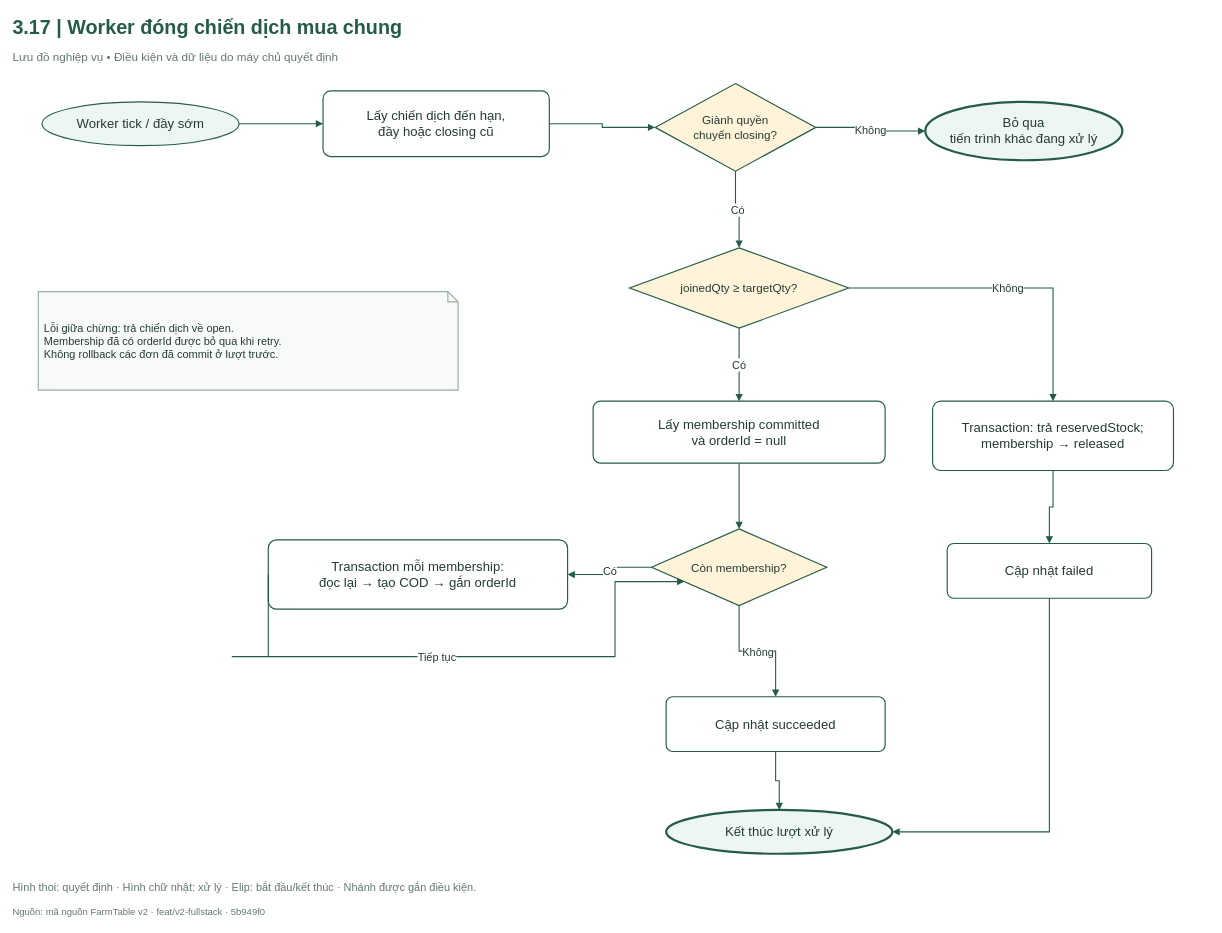
The draw.io diagram FarmTable_Chuong3/So_do_BA/drawio/Hinh_3_17.drawio in hathu1272006-eng/PTWnangcao, before the edit. Source tidied: cells renumbered, new cells numbered last; positions are measured from the earlier drawing's top-left corner, leaving out a move shared by most shapes. Both pictures are drawn from the tidied source at 73%, with x=0, y=0 at pixel (12, 12).
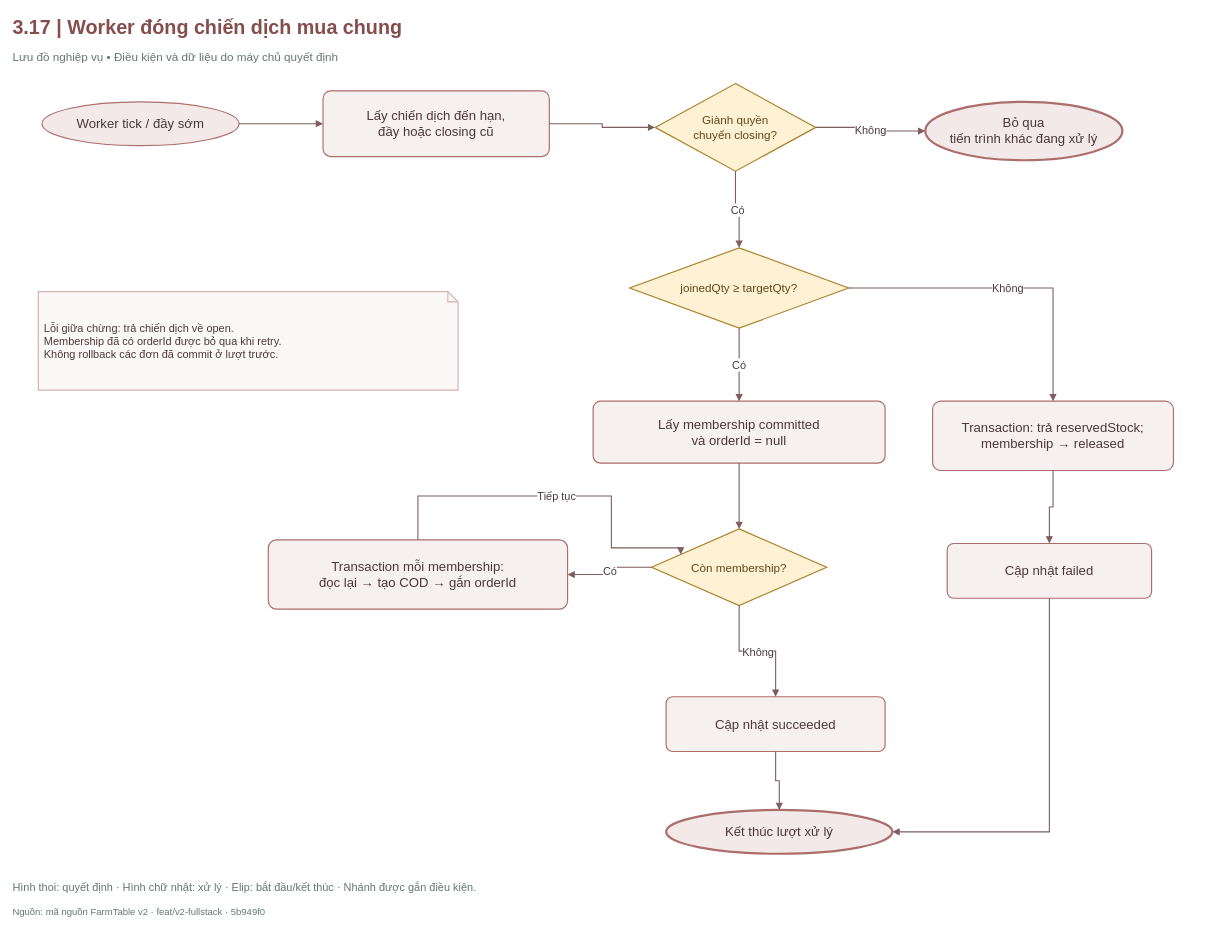
After the change.

What changed in the source:
```diff
@@
-    <mxCell id="2" value="3.17  |  Worker đóng chiến dịch mua chung" style="html=1;whiteSpace=wrap;fontFamily=Arial;fontSize=18;fontColor=#243B32;strokeColor=#245C47;strokeWidth=1.6;fillColor=#FFFFFF;spacing=8;text;strokeColor=none;fillColor=none;align=left;verticalAlign=middle;fontSize=27;fontStyle=1;fontColor=#245C47;spacing=0;" parent="1" vertex="1">
+    <mxCell id="2" value="3.17  |  Worker đóng chiến dịch mua chung" style="html=1;whiteSpace=wrap;fontFamily=Arial;fontSize=18;strokeColor=#245C47;strokeWidth=1.6;fillColor=#FFFFFF;spacing=8;text;strokeColor=none;fillColor=none;align=left;verticalAlign=middle;fontSize=27;fontStyle=1;spacing=0;fontColor=#854D4C;" parent="1" vertex="1">
       <mxGeometry width="1640" height="40" as="geometry" />
     </mxCell>
@@
-    <mxCell id="4" value="Worker tick / đầy sớm" style="html=1;whiteSpace=wrap;fontFamily=Arial;fontSize=18;fontColor=#243B32;strokeColor=#245C47;strokeWidth=1.6;fillColor=#FFFFFF;spacing=8;ellipse;fillColor=#EEF6F1;" parent="1" vertex="1">
+    <mxCell id="4" value="Worker tick / đầy sớm" style="html=1;whiteSpace=wrap;fontFamily=Arial;fontSize=18;strokeWidth=1.6;spacing=8;ellipse;fillColor=#F3E9E9;strokeColor=#AC6E6A;fontColor=#4B373C;" parent="1" vertex="1">
       <mxGeometry x="40" y="122" width="270" height="60" as="geometry" />
     </mxCell>
-    <mxCell id="5" value="Lấy chiến dịch đến hạn,&lt;br/&gt;đầy hoặc closing cũ" style="html=1;whiteSpace=wrap;fontFamily=Arial;fontSize=18;fontColor=#243B32;strokeColor=#245C47;strokeWidth=1.6;fillColor=#FFFFFF;spacing=8;rounded=1;arcSize=12;" parent="1" vertex="1">
+    <mxCell id="5" value="Lấy chiến dịch đến hạn,&lt;br/&gt;đầy hoặc closing cũ" style="html=1;whiteSpace=wrap;fontFamily=Arial;fontSize=18;strokeWidth=1.6;spacing=8;rounded=1;arcSize=12;fillColor=#F6F0EF;strokeColor=#AC6E6A;fontColor=#4B373C;" parent="1" vertex="1">
       <mxGeometry x="425" y="107" width="310" height="90" as="geometry" />
     </mxCell>
-    <mxCell id="6" value="Giành quyền&lt;br/&gt;chuyển closing?" style="html=1;whiteSpace=wrap;fontFamily=Arial;fontSize=18;fontColor=#243B32;strokeColor=#245C47;strokeWidth=1.6;fillColor=#FFFFFF;spacing=8;rhombus;fillColor=#FFF4DA;fontSize=16;spacing=3;" parent="1" vertex="1">
+    <mxCell id="6" value="Giành quyền&lt;br/&gt;chuyển closing?" style="html=1;whiteSpace=wrap;fontFamily=Arial;fontSize=18;strokeWidth=1.6;spacing=8;rhombus;fontSize=16;spacing=3;fillColor=#FFF1D4;strokeColor=#AD812A;fontColor=#5F481B;" parent="1" vertex="1">
       <mxGeometry x="880" y="97" width="220" height="120" as="geometry" />
     </mxCell>
-    <mxCell id="7" value="Bỏ qua&lt;br/&gt;tiến trình khác đang xử lý" style="html=1;whiteSpace=wrap;fontFamily=Arial;fontSize=18;fontColor=#243B32;strokeColor=#245C47;strokeWidth=1.6;fillColor=#FFFFFF;spacing=8;ellipse;strokeWidth=3;fillColor=#EEF6F1;" parent="1" vertex="1">
+    <mxCell id="7" value="Bỏ qua&lt;br/&gt;tiến trình khác đang xử lý" style="html=1;whiteSpace=wrap;fontFamily=Arial;fontSize=18;strokeWidth=1.6;spacing=8;ellipse;strokeWidth=3;fillColor=#F3E9E9;strokeColor=#AC6E6A;fontColor=#4B373C;" parent="1" vertex="1">
       <mxGeometry x="1250" y="122" width="270" height="80" as="geometry" />
     </mxCell>
-    <mxCell id="8" value="joinedQty ≥ targetQty?" style="html=1;whiteSpace=wrap;fontFamily=Arial;fontSize=18;fontColor=#243B32;strokeColor=#245C47;strokeWidth=1.6;fillColor=#FFFFFF;spacing=8;rhombus;fillColor=#FFF4DA;fontSize=16;spacing=3;" parent="1" vertex="1">
+    <mxCell id="8" value="joinedQty ≥ targetQty?" style="html=1;whiteSpace=wrap;fontFamily=Arial;fontSize=18;strokeWidth=1.6;spacing=8;rhombus;fontSize=16;spacing=3;fillColor=#FFF1D4;strokeColor=#AD812A;fontColor=#5F481B;" parent="1" vertex="1">
       <mxGeometry x="845" y="322" width="300" height="110" as="geometry" />
     </mxCell>
-    <mxCell id="9" value="Lấy membership committed&lt;br/&gt;và orderId = null" style="html=1;whiteSpace=wrap;fontFamily=Arial;fontSize=18;fontColor=#243B32;strokeColor=#245C47;strokeWidth=1.6;fillColor=#FFFFFF;spacing=8;rounded=1;arcSize=12;" parent="1" vertex="1">
+    <mxCell id="9" value="Lấy membership committed&lt;br/&gt;và orderId = null" style="html=1;whiteSpace=wrap;fontFamily=Arial;fontSize=18;strokeWidth=1.6;spacing=8;rounded=1;arcSize=12;fillColor=#F6F0EF;strokeColor=#AC6E6A;fontColor=#4B373C;" parent="1" vertex="1">
       <mxGeometry x="795" y="532" width="400" height="85" as="geometry" />
     </mxCell>
-    <mxCell id="10" value="Còn membership?" style="html=1;whiteSpace=wrap;fontFamily=Arial;fontSize=18;fontColor=#243B32;strokeColor=#245C47;strokeWidth=1.6;fillColor=#FFFFFF;spacing=8;rhombus;fillColor=#FFF4DA;fontSize=16;spacing=3;" parent="1" vertex="1">
+    <mxCell id="10" value="Còn membership?" style="html=1;whiteSpace=wrap;fontFamily=Arial;fontSize=18;strokeWidth=1.6;spacing=8;rhombus;fontSize=16;spacing=3;fillColor=#FFF1D4;strokeColor=#AD812A;fontColor=#5F481B;" parent="1" vertex="1">
       <mxGeometry x="875" y="707" width="240" height="105" as="geometry" />
     </mxCell>
-    <mxCell id="11" value="Transaction mỗi membership:&lt;br/&gt;đọc lại → tạo COD → gắn orderId" style="html=1;whiteSpace=wrap;fontFamily=Arial;fontSize=18;fontColor=#243B32;strokeColor=#245C47;strokeWidth=1.6;fillColor=#FFFFFF;spacing=8;rounded=1;arcSize=12;" parent="1" vertex="1">
+    <mxCell id="11" value="Transaction mỗi membership:&lt;br/&gt;đọc lại → tạo COD → gắn orderId" style="html=1;whiteSpace=wrap;fontFamily=Arial;fontSize=18;strokeWidth=1.6;spacing=8;rounded=1;arcSize=12;fillColor=#F6F0EF;strokeColor=#AC6E6A;fontColor=#4B373C;" parent="1" vertex="1">
       <mxGeometry x="350" y="722" width="410" height="95" as="geometry" />
     </mxCell>
-    <mxCell id="12" value="Cập nhật succeeded" style="html=1;whiteSpace=wrap;fontFamily=Arial;fontSize=18;fontColor=#243B32;strokeColor=#245C47;strokeWidth=1.6;fillColor=#FFFFFF;spacing=8;rounded=1;arcSize=12;" parent="1" vertex="1">
+    <mxCell id="12" value="Cập nhật succeeded" style="html=1;whiteSpace=wrap;fontFamily=Arial;fontSize=18;strokeWidth=1.6;spacing=8;rounded=1;arcSize=12;fillColor=#F6F0EF;strokeColor=#AC6E6A;fontColor=#4B373C;" parent="1" vertex="1">
       <mxGeometry x="895" y="937" width="300" height="75" as="geometry" />
     </mxCell>
-    <mxCell id="13" value="Transaction: trả reservedStock;&lt;br/&gt;membership → released" style="html=1;whiteSpace=wrap;fontFamily=Arial;fontSize=18;fontColor=#243B32;strokeColor=#245C47;strokeWidth=1.6;fillColor=#FFFFFF;spacing=8;rounded=1;arcSize=12;" parent="1" vertex="1">
+    <mxCell id="13" value="Transaction: trả reservedStock;&lt;br/&gt;membership → released" style="html=1;whiteSpace=wrap;fontFamily=Arial;fontSize=18;strokeWidth=1.6;spacing=8;rounded=1;arcSize=12;fillColor=#F6F0EF;strokeColor=#AC6E6A;fontColor=#4B373C;" parent="1" vertex="1">
       <mxGeometry x="1260" y="532" width="330" height="95" as="geometry" />
     </mxCell>
-    <mxCell id="14" value="Cập nhật failed" style="html=1;whiteSpace=wrap;fontFamily=Arial;fontSize=18;fontColor=#243B32;strokeColor=#245C47;strokeWidth=1.6;fillColor=#FFFFFF;spacing=8;rounded=1;arcSize=12;" parent="1" vertex="1">
+    <mxCell id="14" value="Cập nhật failed" style="html=1;whiteSpace=wrap;fontFamily=Arial;fontSize=18;strokeWidth=1.6;spacing=8;rounded=1;arcSize=12;fillColor=#F6F0EF;strokeColor=#AC6E6A;fontColor=#4B373C;" parent="1" vertex="1">
       <mxGeometry x="1280" y="727" width="280" height="75" as="geometry" />
     </mxCell>
-    <mxCell id="15" value="Kết thúc lượt xử lý" style="html=1;whiteSpace=wrap;fontFamily=Arial;fontSize=18;fontColor=#243B32;strokeColor=#245C47;strokeWidth=1.6;fillColor=#FFFFFF;spacing=8;ellipse;strokeWidth=3;fillColor=#EEF6F1;" parent="1" vertex="1">
+    <mxCell id="15" value="Kết thúc lượt xử lý" style="html=1;whiteSpace=wrap;fontFamily=Arial;fontSize=18;strokeWidth=1.6;spacing=8;ellipse;strokeWidth=3;fillColor=#F3E9E9;strokeColor=#AC6E6A;fontColor=#4B373C;" parent="1" vertex="1">
       <mxGeometry x="895" y="1092" width="310" height="60" as="geometry" />
     </mxCell>
-    <mxCell id="16" style="edgeStyle=orthogonalEdgeStyle;rounded=0;jettySize=20;html=1;fontFamily=Arial;fontSize=15;fontColor=#243B32;labelBackgroundColor=#FFFFFF;strokeColor=#245C47;strokeWidth=1.5;endArrow=block;endFill=1;exitX=1;exitY=0.5;entryX=0;entryY=0.5;exitDx=0;exitDy=0;entryDx=0;entryDy=0;" parent="1" edge="1" source="4" target="5">
+    <mxCell id="16" style="edgeStyle=orthogonalEdgeStyle;rounded=0;jettySize=20;html=1;fontFamily=Arial;fontSize=15;labelBackgroundColor=#FFFFFF;strokeWidth=1.5;endArrow=block;endFill=1;exitX=1;exitY=0.5;entryX=0;entryY=0.5;exitDx=0;exitDy=0;entryDx=0;entryDy=0;strokeColor=#7D5D5E;fontColor=#4B373C;" parent="1" edge="1" source="4" target="5">
       <mxGeometry relative="1" as="geometry" />
     </mxCell>
-    <mxCell id="17" style="edgeStyle=orthogonalEdgeStyle;rounded=0;jettySize=20;html=1;fontFamily=Arial;fontSize=15;fontColor=#243B32;labelBackgroundColor=#FFFFFF;strokeColor=#245C47;strokeWidth=1.5;endArrow=block;endFill=1;exitX=1;exitY=0.5;entryX=0;entryY=0.5;exitDx=0;exitDy=0;entryDx=0;entryDy=0;" parent="1" edge="1" source="5" target="6">
+    <mxCell id="17" style="edgeStyle=orthogonalEdgeStyle;rounded=0;jettySize=20;html=1;fontFamily=Arial;fontSize=15;labelBackgroundColor=#FFFFFF;strokeWidth=1.5;endArrow=block;endFill=1;exitX=1;exitY=0.5;entryX=0;entryY=0.5;exitDx=0;exitDy=0;entryDx=0;entryDy=0;strokeColor=#7D5D5E;fontColor=#4B373C;" parent="1" edge="1" source="5" target="6">
       <mxGeometry relative="1" as="geometry" />
     </mxCell>
-    <mxCell id="18" value="Không" style="edgeStyle=orthogonalEdgeStyle;rounded=0;jettySize=20;html=1;fontFamily=Arial;fontSize=15;fontColor=#243B32;labelBackgroundColor=#FFFFFF;strokeColor=#245C47;strokeWidth=1.5;endArrow=block;endFill=1;exitX=1;exitY=0.5;entryX=0;entryY=0.5;exitDx=0;exitDy=0;entryDx=0;entryDy=0;" parent="1" edge="1" source="6" target="7">
+    <mxCell id="18" value="Không" style="edgeStyle=orthogonalEdgeStyle;rounded=0;jettySize=20;html=1;fontFamily=Arial;fontSize=15;labelBackgroundColor=#FFFFFF;strokeWidth=1.5;endArrow=block;endFill=1;exitX=1;exitY=0.5;entryX=0;entryY=0.5;exitDx=0;exitDy=0;entryDx=0;entryDy=0;strokeColor=#7D5D5E;fontColor=#4B373C;" parent="1" edge="1" source="6" target="7">
       <mxGeometry relative="1" as="geometry" />
     </mxCell>
-    <mxCell id="19" value="Có" style="edgeStyle=orthogonalEdgeStyle;rounded=0;jettySize=20;html=1;fontFamily=Arial;fontSize=15;fontColor=#243B32;labelBackgroundColor=#FFFFFF;strokeColor=#245C47;strokeWidth=1.5;endArrow=block;endFill=1;exitX=0.5;exitY=1;entryX=0.5;entryY=0;exitDx=0;exitDy=0;entryDx=0;entryDy=0;" parent="1" edge="1" source="6" target="8">
+    <mxCell id="19" value="Có" style="edgeStyle=orthogonalEdgeStyle;rounded=0;jettySize=20;html=1;fontFamily=Arial;fontSize=15;labelBackgroundColor=#FFFFFF;strokeWidth=1.5;endArrow=block;endFill=1;exitX=0.5;exitY=1;entryX=0.5;entryY=0;exitDx=0;exitDy=0;entryDx=0;entryDy=0;strokeColor=#7D5D5E;fontColor=#4B373C;" parent="1" edge="1" source="6" target="8">
       <mxGeometry relative="1" as="geometry" />
     </mxCell>
-    <mxCell id="20" value="Có" style="edgeStyle=orthogonalEdgeStyle;rounded=0;jettySize=20;html=1;fontFamily=Arial;fontSize=15;fontColor=#243B32;labelBackgroundColor=#FFFFFF;strokeColor=#245C47;strokeWidth=1.5;endArrow=block;endFill=1;exitX=0.5;exitY=1;entryX=0.5;entryY=0;exitDx=0;exitDy=0;entryDx=0;entryDy=0;" parent="1" edge="1" source="8" target="9">
+    <mxCell id="20" value="Có" style="edgeStyle=orthogonalEdgeStyle;rounded=0;jettySize=20;html=1;fontFamily=Arial;fontSize=15;labelBackgroundColor=#FFFFFF;strokeWidth=1.5;endArrow=block;endFill=1;exitX=0.5;exitY=1;entryX=0.5;entryY=0;exitDx=0;exitDy=0;entryDx=0;entryDy=0;strokeColor=#7D5D5E;fontColor=#4B373C;" parent="1" edge="1" source="8" target="9">
       <mxGeometry relative="1" as="geometry" />
     </mxCell>
-    <mxCell id="21" value="Không" style="edgeStyle=orthogonalEdgeStyle;rounded=0;jettySize=20;html=1;fontFamily=Arial;fontSize=15;fontColor=#243B32;labelBackgroundColor=#FFFFFF;strokeColor=#245C47;strokeWidth=1.5;endArrow=block;endFill=1;exitX=1;exitY=0.5;entryX=0.5;entryY=0;exitDx=0;exitDy=0;entryDx=0;entryDy=0;" parent="1" edge="1" source="8" target="13">
+    <mxCell id="21" value="Không" style="edgeStyle=orthogonalEdgeStyle;rounded=0;jettySize=20;html=1;fontFamily=Arial;fontSize=15;labelBackgroundColor=#FFFFFF;strokeWidth=1.5;endArrow=block;endFill=1;exitX=1;exitY=0.5;entryX=0.5;entryY=0;exitDx=0;exitDy=0;entryDx=0;entryDy=0;strokeColor=#7D5D5E;fontColor=#4B373C;" parent="1" edge="1" source="8" target="13">
       <mxGeometry relative="1" as="geometry" />
     </mxCell>
-    <mxCell id="22" style="edgeStyle=orthogonalEdgeStyle;rounded=0;jettySize=20;html=1;fontFamily=Arial;fontSize=15;fontColor=#243B32;labelBackgroundColor=#FFFFFF;strokeColor=#245C47;strokeWidth=1.5;endArrow=block;endFill=1;exitX=0.5;exitY=1;entryX=0.5;entryY=0;exitDx=0;exitDy=0;entryDx=0;entryDy=0;" parent="1" edge="1" source="9" target="10">
+    <mxCell id="22" style="edgeStyle=orthogonalEdgeStyle;rounded=0;jettySize=20;html=1;fontFamily=Arial;fontSize=15;labelBackgroundColor=#FFFFFF;strokeWidth=1.5;endArrow=block;endFill=1;exitX=0.5;exitY=1;entryX=0.5;entryY=0;exitDx=0;exitDy=0;entryDx=0;entryDy=0;strokeColor=#7D5D5E;fontColor=#4B373C;" parent="1" edge="1" source="9" target="10">
       <mxGeometry relative="1" as="geometry" />
     </mxCell>
-    <mxCell id="23" value="Có" style="edgeStyle=orthogonalEdgeStyle;rounded=0;jettySize=20;html=1;fontFamily=Arial;fontSize=15;fontColor=#243B32;labelBackgroundColor=#FFFFFF;strokeColor=#245C47;strokeWidth=1.5;endArrow=block;endFill=1;exitX=0;exitY=0.5;entryX=1;entryY=0.5;exitDx=0;exitDy=0;entryDx=0;entryDy=0;" parent="1" edge="1" source="10" target="11">
+    <mxCell id="23" value="Có" style="edgeStyle=orthogonalEdgeStyle;rounded=0;jettySize=20;html=1;fontFamily=Arial;fontSize=15;labelBackgroundColor=#FFFFFF;strokeWidth=1.5;endArrow=block;endFill=1;exitX=0;exitY=0.5;entryX=1;entryY=0.5;exitDx=0;exitDy=0;entryDx=0;entryDy=0;strokeColor=#7D5D5E;fontColor=#4B373C;" parent="1" edge="1" source="10" target="11">
       <mxGeometry relative="1" as="geometry" />
     </mxCell>
-    <mxCell id="24" value="Tiếp tục" style="edgeStyle=orthogonalEdgeStyle;rounded=0;jettySize=20;html=1;fontFamily=Arial;fontSize=15;fontColor=#243B32;labelBackgroundColor=#FFFFFF;strokeColor=#245C47;strokeWidth=1.5;endArrow=block;endFill=1;exitX=0;exitY=0.5;entryX=0;entryY=0.8;exitDx=0;exitDy=0;entryDx=0;entryDy=0;" parent="1" edge="1" source="11" target="10">
+    <mxCell id="24" value="Tiếp tục" style="edgeStyle=orthogonalEdgeStyle;rounded=0;jettySize=20;html=1;fontFamily=Arial;fontSize=15;labelBackgroundColor=#FFFFFF;strokeWidth=1.5;endArrow=block;endFill=1;exitX=0.5;exitY=0;entryX=0;entryY=0.25;exitDx=0;exitDy=0;entryDx=0;entryDy=0;strokeColor=#7D5D5E;fontColor=#4B373C;" parent="1" edge="1" source="11" target="10">
       <mxGeometry relative="1" as="geometry">
         <Array as="points">
-          <mxPoint x="300" y="882" />
-          <mxPoint x="825" y="882" />
-          <mxPoint x="825" y="791" />
+          <mxPoint x="555" y="662" />
+          <mxPoint x="820" y="662" />
+          <mxPoint x="820" y="733" />
         </Array>
       </mxGeometry>
     </mxCell>
-    <mxCell id="25" value="Không" style="edgeStyle=orthogonalEdgeStyle;rounded=0;jettySize=20;html=1;fontFamily=Arial;fontSize=15;fontColor=#243B32;labelBackgroundColor=#FFFFFF;strokeColor=#245C47;strokeWidth=1.5;endArrow=block;endFill=1;exitX=0.5;exitY=1;entryX=0.5;entryY=0;exitDx=0;exitDy=0;entryDx=0;entryDy=0;" parent="1" edge="1" source="10" target="12">
+    <mxCell id="25" value="Không" style="edgeStyle=orthogonalEdgeStyle;rounded=0;jettySize=20;html=1;fontFamily=Arial;fontSize=15;labelBackgroundColor=#FFFFFF;strokeWidth=1.5;endArrow=block;endFill=1;exitX=0.5;exitY=1;entryX=0.5;entryY=0;exitDx=0;exitDy=0;entryDx=0;entryDy=0;strokeColor=#7D5D5E;fontColor=#4B373C;" parent="1" edge="1" source="10" target="12">
       <mxGeometry relative="1" as="geometry" />
     </mxCell>
-    <mxCell id="26" style="edgeStyle=orthogonalEdgeStyle;rounded=0;jettySize=20;html=1;fontFamily=Arial;fontSize=15;fontColor=#243B32;labelBackgroundColor=#FFFFFF;strokeColor=#245C47;strokeWidth=1.5;endArrow=block;endFill=1;exitX=0.5;exitY=1;entryX=0.5;entryY=0;exitDx=0;exitDy=0;entryDx=0;entryDy=0;" parent="1" edge="1" source="13" target="14">
+    <mxCell id="26" style="edgeStyle=orthogonalEdgeStyle;rounded=0;jettySize=20;html=1;fontFamily=Arial;fontSize=15;labelBackgroundColor=#FFFFFF;strokeWidth=1.5;endArrow=block;endFill=1;exitX=0.5;exitY=1;entryX=0.5;entryY=0;exitDx=0;exitDy=0;entryDx=0;entryDy=0;strokeColor=#7D5D5E;fontColor=#4B373C;" parent="1" edge="1" source="13" target="14">
       <mxGeometry relative="1" as="geometry" />
     </mxCell>
-    <mxCell id="27" style="edgeStyle=orthogonalEdgeStyle;rounded=0;jettySize=20;html=1;fontFamily=Arial;fontSize=15;fontColor=#243B32;labelBackgroundColor=#FFFFFF;strokeColor=#245C47;strokeWidth=1.5;endArrow=block;endFill=1;exitX=0.5;exitY=1;entryX=0.5;entryY=0;exitDx=0;exitDy=0;entryDx=0;entryDy=0;" parent="1" edge="1" source="12" target="15">
+    <mxCell id="27" style="edgeStyle=orthogonalEdgeStyle;rounded=0;jettySize=20;html=1;fontFamily=Arial;fontSize=15;labelBackgroundColor=#FFFFFF;strokeWidth=1.5;endArrow=block;endFill=1;exitX=0.5;exitY=1;entryX=0.5;entryY=0;exitDx=0;exitDy=0;entryDx=0;entryDy=0;strokeColor=#7D5D5E;fontColor=#4B373C;" parent="1" edge="1" source="12" target="15">
       <mxGeometry relative="1" as="geometry" />
     </mxCell>
-    <mxCell id="28" style="edgeStyle=orthogonalEdgeStyle;rounded=0;jettySize=20;html=1;fontFamily=Arial;fontSize=15;fontColor=#243B32;labelBackgroundColor=#FFFFFF;strokeColor=#245C47;strokeWidth=1.5;endArrow=block;endFill=1;exitX=0.5;exitY=1;entryX=1;entryY=0.5;exitDx=0;exitDy=0;entryDx=0;entryDy=0;" parent="1" edge="1" source="14" target="15">
+    <mxCell id="28" style="edgeStyle=orthogonalEdgeStyle;rounded=0;jettySize=20;html=1;fontFamily=Arial;fontSize=15;labelBackgroundColor=#FFFFFF;strokeWidth=1.5;endArrow=block;endFill=1;exitX=0.5;exitY=1;entryX=1;entryY=0.5;exitDx=0;exitDy=0;entryDx=0;entryDy=0;strokeColor=#7D5D5E;fontColor=#4B373C;" parent="1" edge="1" source="14" target="15">
       <mxGeometry relative="1" as="geometry">
         <Array as="points">
           <mxPoint x="1420" y="1122" />
         </Array>
       </mxGeometry>
     </mxCell>
-    <mxCell id="29" value="Lỗi giữa chừng: trả chiến dịch về open.&lt;br/&gt;Membership đã có orderId được bỏ qua khi retry.&lt;br/&gt;Không rollback các đơn đã commit ở lượt trước." style="html=1;whiteSpace=wrap;fontFamily=Arial;fontSize=18;fontColor=#243B32;strokeColor=#245C47;strokeWidth=1.6;fillColor=#FFFFFF;spacing=8;shape=note;size=14;fillColor=#F8FAF9;strokeColor=#9CAF9F;align=left;fontSize=15;" parent="1" vertex="1">
+    <mxCell id="29" value="Lỗi giữa chừng: trả chiến dịch về open.&lt;br/&gt;Membership đã có orderId được bỏ qua khi retry.&lt;br/&gt;Không rollback các đơn đã commit ở lượt trước." style="html=1;whiteSpace=wrap;fontFamily=Arial;fontSize=18;strokeWidth=1.6;spacing=8;shape=note;size=14;align=left;fontSize=15;fillColor=#FBF8F8;strokeColor=#D4B3B1;fontColor=#4B373C;" parent="1" vertex="1">
       <mxGeometry x="35" y="382" width="575" height="135" as="geometry" />
     </mxCell>
```
